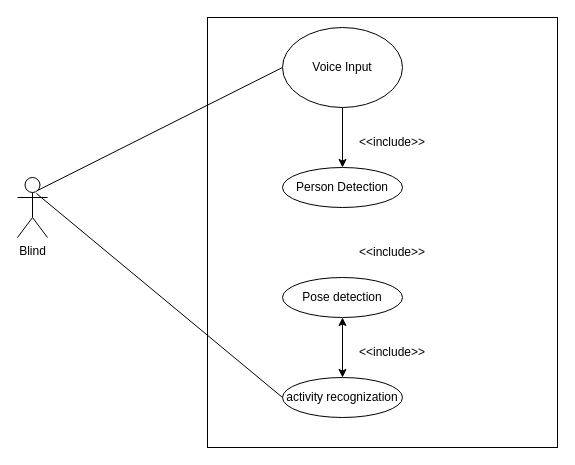
Before: UseCase.drawio in ahmad2001hotmailyahoo/ahmad-arc, a draw.io diagram. Source tidied: cells renumbered, new cells numbered last; positions are measured from the earlier drawing's top-left corner, leaving out a move shared by most shapes. Both pictures are drawn from the tidied source at 100%, with x=0, y=0 at pixel (17, 17).
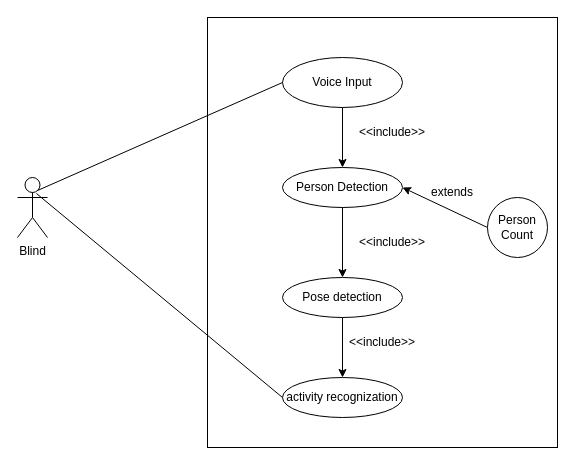
The same page after the edit.

What changed in the source:
```diff
@@
 <mxGraphModel>
   <root>
     <mxCell id="0" />
     <mxCell id="1" parent="0" />
     <mxCell id="2" value="Blind" style="shape=umlActor;verticalLabelPosition=bottom;verticalAlign=top;html=1;" parent="1" vertex="1">
       <mxGeometry y="160" width="30" height="60" as="geometry" />
     </mxCell>
     <mxCell id="3" style="rounded=0;whiteSpace=wrap;html=1;" parent="1" vertex="1">
       <mxGeometry x="190" width="350" height="430" as="geometry" />
     </mxCell>
     <mxCell id="4" value="Voice Input&lt;br&gt;" style="ellipse;whiteSpace=wrap;html=1;" parent="1" vertex="1">
-      <mxGeometry x="265" y="10" width="120" height="80" as="geometry" />
+      <mxGeometry x="265" y="40" width="120" height="50" as="geometry" />
     </mxCell>
     <mxCell id="5" value="Person Detection" style="ellipse;whiteSpace=wrap;html=1;" parent="1" vertex="1">
       <mxGeometry x="265" y="150" width="120" height="40" as="geometry" />
     </mxCell>
     <mxCell id="6" value="Pose detection" style="ellipse;whiteSpace=wrap;html=1;" parent="1" vertex="1">
       <mxGeometry x="265" y="260" width="120" height="40" as="geometry" />
     </mxCell>
     <mxCell id="7" value="activity recognization" style="ellipse;whiteSpace=wrap;html=1;" parent="1" vertex="1">
       <mxGeometry x="265" y="360" width="120" height="40" as="geometry" />
     </mxCell>
-    <mxCell id="8" style="endArrow=classic;startArrow=classic;html=1;rounded=0;entryX=0.5;entryY=1;entryDx=0;entryDy=0;" parent="1" edge="1" target="6">
-      <mxGeometry relative="1" as="geometry">
-        <mxPoint x="325" y="360" as="sourcePoint" />
-      </mxGeometry>
-    </mxCell>
     <mxCell id="9" value="&amp;lt;&amp;lt;include&amp;gt;&amp;gt;" style="text;html=1;strokeColor=none;fillColor=none;align=center;verticalAlign=middle;whiteSpace=wrap;rounded=0;" parent="1" vertex="1">
-      <mxGeometry x="345" y="110" width="60" height="30" as="geometry" />
+      <mxGeometry x="345" y="100" width="60" height="30" as="geometry" />
     </mxCell>
     <mxCell id="10" value="&amp;lt;&amp;lt;include&amp;gt;&amp;gt;" style="text;html=1;strokeColor=none;fillColor=none;align=center;verticalAlign=middle;whiteSpace=wrap;rounded=0;" parent="1" vertex="1">
-      <mxGeometry x="345" y="220" width="60" height="30" as="geometry" />
+      <mxGeometry x="345" y="210" width="60" height="30" as="geometry" />
     </mxCell>
     <mxCell id="11" value="&amp;lt;&amp;lt;include&amp;gt;&amp;gt;" style="text;html=1;strokeColor=none;fillColor=none;align=center;verticalAlign=middle;whiteSpace=wrap;rounded=0;" parent="1" vertex="1">
-      <mxGeometry x="345" y="320" width="60" height="30" as="geometry" />
+      <mxGeometry x="335" y="310" width="60" height="30" as="geometry" />
     </mxCell>
     <mxCell id="12" style="endArrow=none;html=1;rounded=0;exitX=0.667;exitY=0.217;exitDx=0;exitDy=0;exitPerimeter=0;entryX=0;entryY=0.5;entryDx=0;entryDy=0;" parent="1" edge="1" source="2" target="4">
       <mxGeometry relative="1" as="geometry" />
     </mxCell>
     <mxCell id="13" style="endArrow=none;html=1;rounded=0;exitX=0.633;exitY=0.267;exitDx=0;exitDy=0;exitPerimeter=0;entryX=0;entryY=0.5;entryDx=0;entryDy=0;" parent="1" edge="1" source="2" target="7">
       <mxGeometry relative="1" as="geometry" />
     </mxCell>
     <mxCell id="14" style="endArrow=classic;html=1;rounded=0;exitX=0.5;exitY=1;exitDx=0;exitDy=0;entryX=0.5;entryY=0;entryDx=0;entryDy=0;" parent="1" edge="1" source="4" target="5">
       <mxGeometry relative="1" as="geometry" />
     </mxCell>
+    <mxCell id="15" style="endArrow=classic;html=1;rounded=0;exitX=0.5;exitY=1;exitDx=0;exitDy=0;" parent="1" edge="1" source="5" target="6">
+      <mxGeometry relative="1" as="geometry" />
+    </mxCell>
+    <mxCell id="16" style="endArrow=classic;html=1;rounded=0;exitX=0.5;exitY=1;exitDx=0;exitDy=0;entryX=0.5;entryY=0;entryDx=0;entryDy=0;" parent="1" edge="1" source="6" target="7">
+      <mxGeometry relative="1" as="geometry" />
+    </mxCell>
+    <mxCell id="17" style="endArrow=classic;html=1;rounded=0;entryX=1;entryY=0.5;entryDx=0;entryDy=0;exitX=0;exitY=0.5;exitDx=0;exitDy=0;" parent="1" edge="1" source="18" target="5">
+      <mxGeometry relative="1" as="geometry" />
+    </mxCell>
+    <mxCell id="18" value="Person Count" style="ellipse;whiteSpace=wrap;html=1;" parent="1" vertex="1">
+      <mxGeometry x="470" y="180" width="60" height="60" as="geometry" />
+    </mxCell>
+    <mxCell id="19" value="extends" style="text;html=1;strokeColor=none;fillColor=none;align=center;verticalAlign=middle;whiteSpace=wrap;rounded=0;" parent="1" vertex="1">
+      <mxGeometry x="405" y="160" width="60" height="30" as="geometry" />
+    </mxCell>
   </root>
 </mxGraphModel>
```
